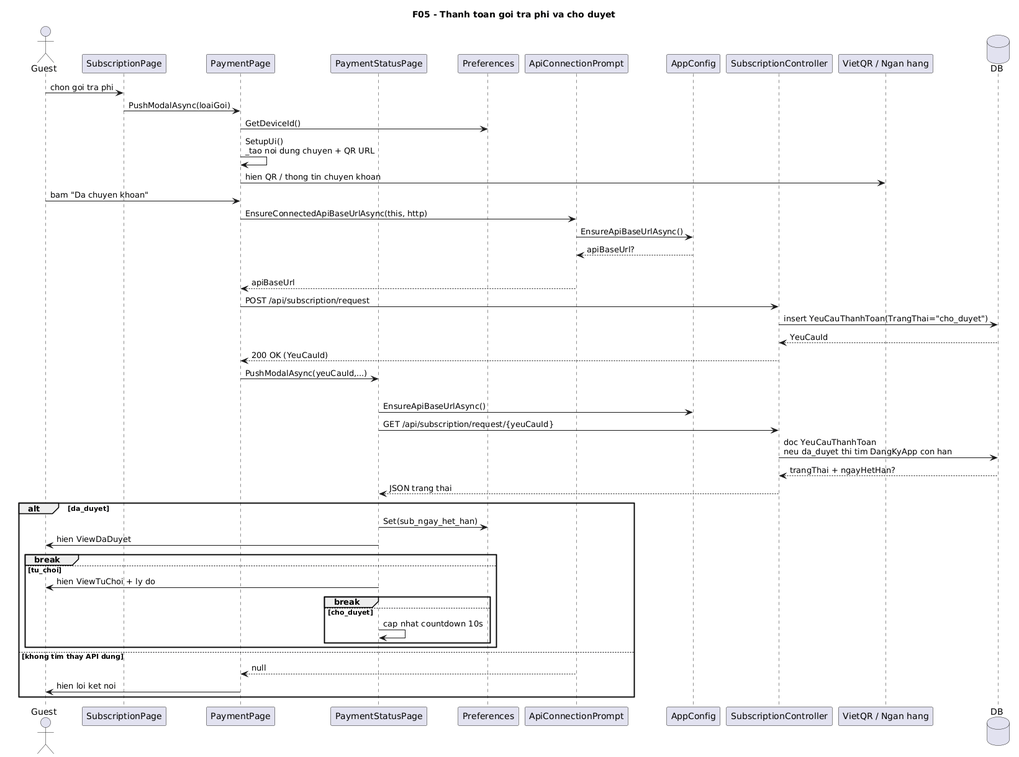
Above: docs/diagrams/png/05-paid-plan-sequence.png in VoBao182/PhoAmThuc (PlantUML), before the change. Source of this version:
```plantuml
@startuml
title F05 - Thanh toan goi tra phi va cho duyet

actor Guest
participant SubscriptionPage
participant PaymentPage
participant PaymentStatusPage
participant Preferences
participant ApiConnectionPrompt
participant AppConfig
participant "SubscriptionController" as SubscriptionController
participant "VietQR / Ngan hang" as Bank
database DB

Guest -> SubscriptionPage: chon goi tra phi
SubscriptionPage -> PaymentPage: PushModalAsync(loaiGoi)
PaymentPage -> Preferences: GetDeviceId()
PaymentPage -> PaymentPage: SetupUi()\n_tao noi dung chuyen + QR URL
PaymentPage -> Bank: hien QR / thong tin chuyen khoan

Guest -> PaymentPage: bam "Da chuyen khoan"
PaymentPage -> ApiConnectionPrompt: EnsureConnectedApiBaseUrlAsync(this, http)
ApiConnectionPrompt -> AppConfig: EnsureApiBaseUrlAsync()
AppConfig --> ApiConnectionPrompt: apiBaseUrl?
alt ket noi API thanh cong
  ApiConnectionPrompt --> PaymentPage: apiBaseUrl
  PaymentPage -> SubscriptionController: POST /api/subscription/request
  SubscriptionController -> DB: insert YeuCauThanhToan(TrangThai="cho_duyet")
  DB --> SubscriptionController: YeuCauId
  SubscriptionController --> PaymentPage: 200 OK (YeuCauId)
  PaymentPage -> PaymentStatusPage: PushModalAsync(yeuCauId,...)

loop moi 10 giay cho den khi co ket qua
  PaymentStatusPage -> AppConfig: EnsureApiBaseUrlAsync()
  PaymentStatusPage -> SubscriptionController: GET /api/subscription/request/{yeuCauId}
  SubscriptionController -> DB: doc YeuCauThanhToan\nneu da_duyet thi tim DangKyApp con han
  DB --> SubscriptionController: trangThai + ngayHetHan?
  SubscriptionController --> PaymentStatusPage: JSON trang thai

  alt da_duyet
    PaymentStatusPage -> Preferences: Set(sub_ngay_het_han)
    PaymentStatusPage -> Guest: hien ViewDaDuyet
    break
  else tu_choi
    PaymentStatusPage -> Guest: hien ViewTuChoi + ly do
    break
  else cho_duyet
    PaymentStatusPage -> PaymentStatusPage: cap nhat countdown 10s
  end
end
else khong tim thay API dung
  ApiConnectionPrompt --> PaymentPage: null
  PaymentPage -> Guest: hien loi ket noi
end
@enduml
```
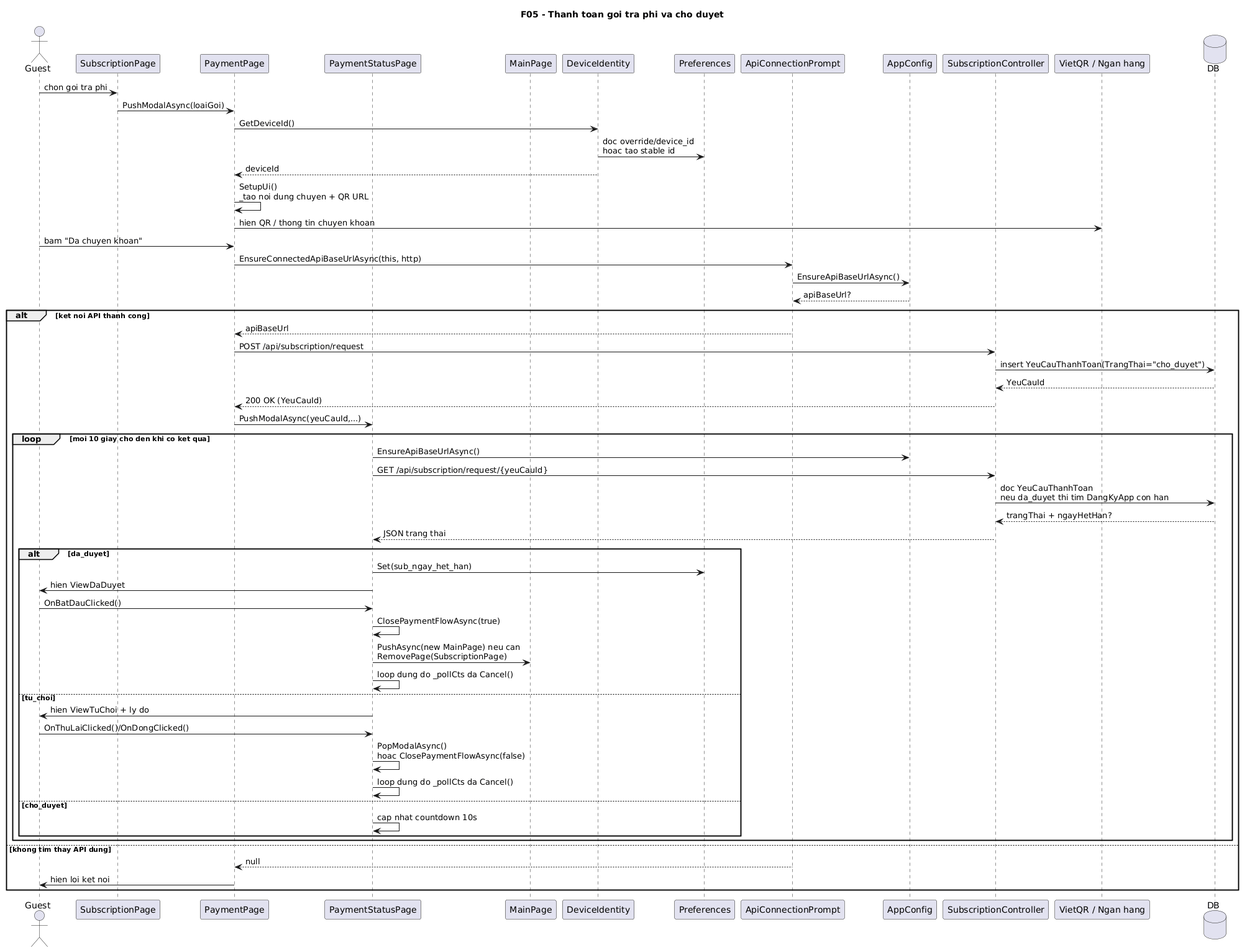
Above is the later version.

Diff of the diagram source:
```diff
@@ -5,6 +5,8 @@
 participant SubscriptionPage
 participant PaymentPage
 participant PaymentStatusPage
+participant MainPage
+participant DeviceIdentity
 participant Preferences
 participant ApiConnectionPrompt
 participant AppConfig
@@ -14,7 +16,9 @@
 
 Guest -> SubscriptionPage: chon goi tra phi
 SubscriptionPage -> PaymentPage: PushModalAsync(loaiGoi)
-PaymentPage -> Preferences: GetDeviceId()
+PaymentPage -> DeviceIdentity: GetDeviceId()
+DeviceIdentity -> Preferences: doc override/device_id\nhoac tao stable id
+DeviceIdentity --> PaymentPage: deviceId
 PaymentPage -> PaymentPage: SetupUi()\n_tao noi dung chuyen + QR URL
 PaymentPage -> Bank: hien QR / thong tin chuyen khoan
 
@@ -40,10 +44,15 @@
   alt da_duyet
     PaymentStatusPage -> Preferences: Set(sub_ngay_het_han)
     PaymentStatusPage -> Guest: hien ViewDaDuyet
-    break
+    Guest -> PaymentStatusPage: OnBatDauClicked()
+    PaymentStatusPage -> PaymentStatusPage: ClosePaymentFlowAsync(true)
+    PaymentStatusPage -> MainPage: PushAsync(new MainPage) neu can\nRemovePage(SubscriptionPage)
+    PaymentStatusPage -> PaymentStatusPage: loop dung do _pollCts da Cancel()
   else tu_choi
     PaymentStatusPage -> Guest: hien ViewTuChoi + ly do
-    break
+    Guest -> PaymentStatusPage: OnThuLaiClicked()/OnDongClicked()
+    PaymentStatusPage -> PaymentStatusPage: PopModalAsync()\nhoac ClosePaymentFlowAsync(false)
+    PaymentStatusPage -> PaymentStatusPage: loop dung do _pollCts da Cancel()
   else cho_duyet
     PaymentStatusPage -> PaymentStatusPage: cap nhat countdown 10s
   end
```
